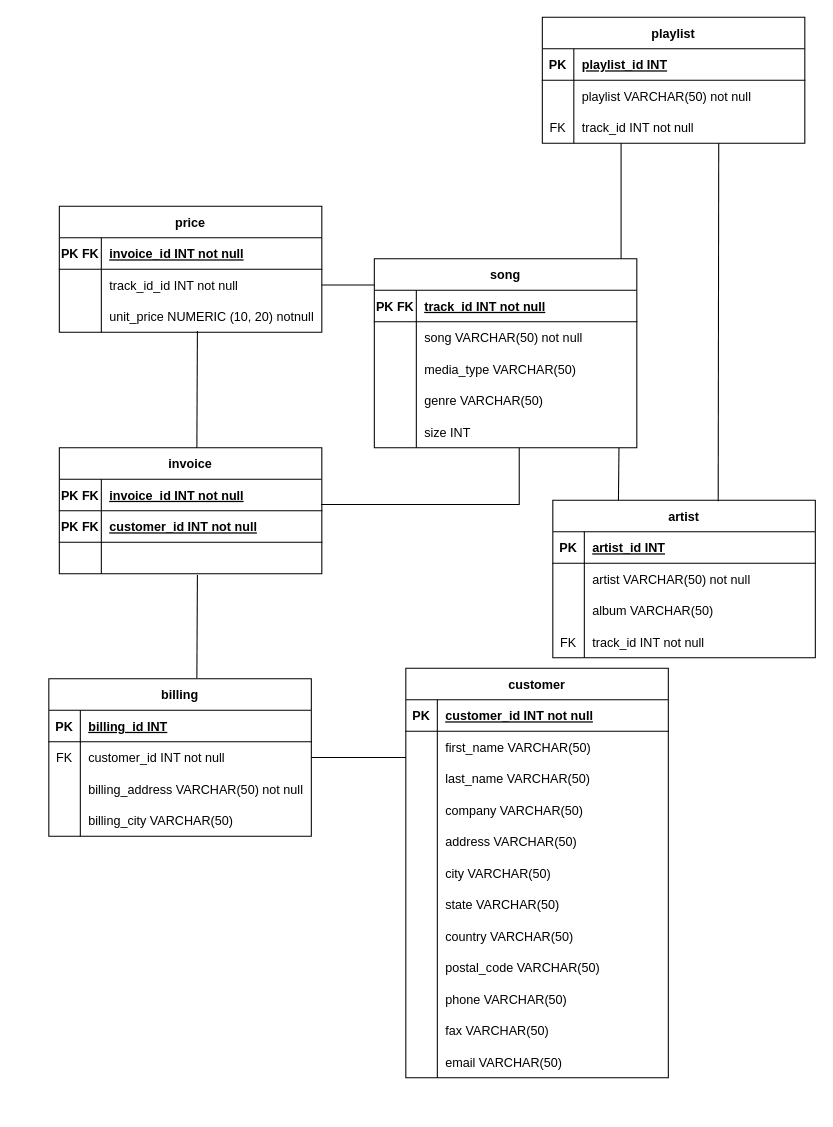
The draw.io diagram Untitled Diagram.drawio in karenlrl/Data-Story, before the edit. Source tidied: cells renumbered, new cells numbered last; positions are measured from the earlier drawing's top-left corner, leaving out a move shared by most shapes. Both pictures are drawn from the tidied source at 105%, with x=0, y=0 at pixel (48, 17).
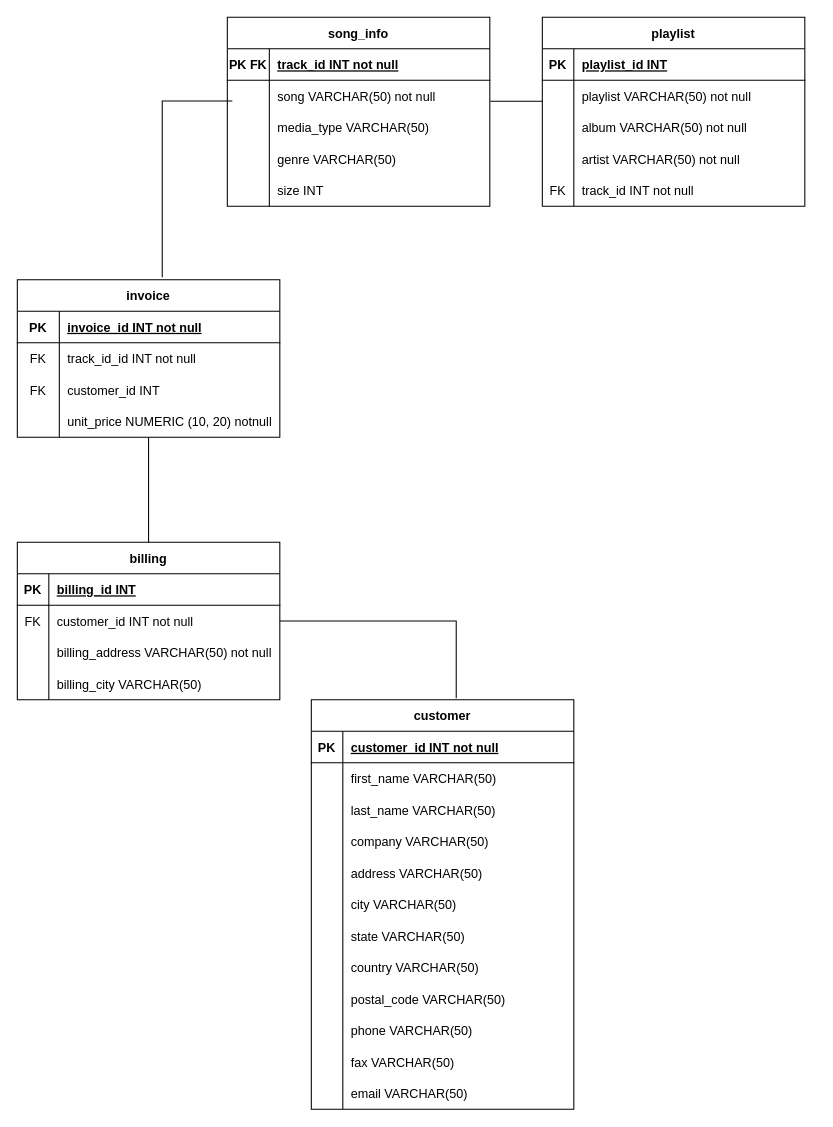
The same diagram, later.

The change refers to these unchanged cells:
```xml
<mxCell id="6" style="shape=partialRectangle;fillColor=none;points=[[0,0.5],[1,0.5]];portConstraint=eastwest;top=0;left=0;right=0;bottom=0;" parent="2" vertex="1">
  <mxGeometry y="60" width="250" height="30" as="geometry" />
</mxCell>
<mxCell id="63" style="shape=partialRectangle;fillColor=none;top=0;left=0;right=0;bottom=1;" parent="62" vertex="1">
  <mxGeometry y="30" width="250" height="30" as="geometry" />
</mxCell>
<mxCell id="66" style="shape=partialRectangle;fillColor=none;points=[[0,0.5],[1,0.5]];portConstraint=eastwest;top=0;left=0;right=0;bottom=0;" parent="62" vertex="1">
  <mxGeometry y="60" width="250" height="30" as="geometry" />
</mxCell>
<mxCell id="69" style="shape=partialRectangle;fillColor=none;points=[[0,0.5],[1,0.5]];portConstraint=eastwest;top=0;left=0;right=0;bottom=0;" parent="62" vertex="1">
  <mxGeometry y="90" width="250" height="30" as="geometry" />
</mxCell>
<mxCell id="89" style="shape=partialRectangle;fillColor=none;points=[[0,0.5],[1,0.5]];portConstraint=eastwest;top=0;left=0;right=0;bottom=0;" parent="85" vertex="1">
  <mxGeometry y="60" width="250" height="30" as="geometry" />
</mxCell>
<mxCell id="92" style="shape=partialRectangle;fillColor=none;points=[[0,0.5],[1,0.5]];portConstraint=eastwest;top=0;left=0;right=0;bottom=0;" parent="85" vertex="1">
  <mxGeometry y="90" width="250" height="30" as="geometry" />
</mxCell>
<mxCell id="98" style="shape=partialRectangle;fillColor=none;points=[[0,0.5],[1,0.5]];portConstraint=eastwest;top=0;left=0;right=0;bottom=0;" parent="85" vertex="1">
  <mxGeometry y="150" width="250" height="30" as="geometry" />
</mxCell>
<mxCell id="105" style="shape=partialRectangle;fillColor=none;points=[[0,0.5],[1,0.5]];portConstraint=eastwest;top=0;left=0;right=0;bottom=0;" parent="101" vertex="1">
  <mxGeometry y="60" width="250" height="30" as="geometry" />
</mxCell>
<mxCell id="108" style="shape=partialRectangle;fillColor=none;top=0;left=0;right=0;bottom=0;" parent="101" vertex="1">
  <mxGeometry y="90" width="250" height="30" as="geometry" />
</mxCell>
```

What changed in the source:
```diff
@@
     <mxCell id="2" value="billing" style="shape=table;startSize=30;childLayout=tableLayout;rowLines=0;fontStyle=1;align=center;" parent="1" vertex="1">
-      <mxGeometry y="630" width="250" height="150" as="geometry" />
+      <mxGeometry x="-30" y="500" width="250" height="150" as="geometry" />
     </mxCell>
@@
-    <mxCell id="15" value="invoice" style="shape=table;startSize=30;childLayout=tableLayout;rowLines=0;fontStyle=1;align=center;" parent="1" vertex="1">
-      <mxGeometry x="10" y="410" width="250" height="120" as="geometry" />
-    </mxCell>
-    <mxCell id="16" style="shape=partialRectangle;fillColor=none;top=0;left=0;right=0;bottom=1;" parent="15" vertex="1">
-      <mxGeometry y="30" width="250" height="30" as="geometry" />
-    </mxCell>
-    <mxCell id="17" value="PK FK" style="shape=partialRectangle;overflow=hidden;fillColor=none;top=0;left=0;bottom=0;right=0;fontStyle=1;" parent="16" vertex="1">
-      <mxGeometry width="40" height="30" as="geometry" />
-    </mxCell>
-    <mxCell id="18" value="invoice_id INT not null" style="shape=partialRectangle;overflow=hidden;fillColor=none;top=0;left=0;bottom=0;right=0;align=left;spacingLeft=6;fontStyle=5;" parent="16" vertex="1">
-      <mxGeometry x="40" width="210" height="30" as="geometry" />
-    </mxCell>
-    <mxCell id="19" style="shape=partialRectangle;fillColor=none;points=[[0,0.5],[1,0.5]];portConstraint=eastwest;top=0;left=0;right=0;bottom=1;" parent="15" vertex="1">
-      <mxGeometry y="60" width="250" height="30" as="geometry" />
-    </mxCell>
-    <mxCell id="20" value="PK FK" style="shape=partialRectangle;overflow=hidden;fillColor=none;top=0;left=0;bottom=0;right=0;fontStyle=1;" parent="19" vertex="1">
-      <mxGeometry width="40" height="30" as="geometry" />
-    </mxCell>
-    <mxCell id="21" value="customer_id INT not null" style="shape=partialRectangle;overflow=hidden;fillColor=none;top=0;left=0;bottom=0;right=0;align=left;spacingLeft=6;fontStyle=5;" parent="19" vertex="1">
-      <mxGeometry x="40" width="210" height="30" as="geometry" />
-    </mxCell>
-    <mxCell id="22" style="shape=partialRectangle;fillColor=none;points=[[0,0.5],[1,0.5]];portConstraint=eastwest;top=0;left=0;right=0;bottom=0;" parent="15" vertex="1">
-      <mxGeometry y="90" width="250" height="30" as="geometry" />
-    </mxCell>
-    <mxCell id="23" style="shape=partialRectangle;overflow=hidden;fillColor=none;top=0;left=0;bottom=0;right=0;" parent="22" vertex="1">
-      <mxGeometry width="40" height="30" as="geometry" />
-    </mxCell>
-    <mxCell id="24" style="shape=partialRectangle;overflow=hidden;fillColor=none;top=0;left=0;bottom=0;right=0;align=left;spacingLeft=6;" parent="22" vertex="1">
-      <mxGeometry x="40" width="210" height="30" as="geometry" />
-    </mxCell>
     <mxCell id="25" value="customer" style="shape=table;startSize=30;childLayout=tableLayout;rowLines=0;fontStyle=1;align=center;" parent="1" vertex="1">
-      <mxGeometry x="340" y="620" width="250" height="390" as="geometry" />
+      <mxGeometry x="250" y="650" width="250" height="390" as="geometry" />
     </mxCell>
@@
-    <mxCell id="62" value="price" style="shape=table;startSize=30;childLayout=tableLayout;rowLines=0;fontStyle=1;align=center;" parent="1" vertex="1">
-      <mxGeometry x="10" y="180" width="250" height="120" as="geometry" />
+    <mxCell id="62" value="invoice" style="shape=table;startSize=30;childLayout=tableLayout;rowLines=0;fontStyle=1;align=center;" parent="1" vertex="1">
+      <mxGeometry x="-30" y="250" width="250" height="150" as="geometry" />
     </mxCell>
@@
-    <mxCell id="64" value="PK FK" style="shape=partialRectangle;overflow=hidden;fillColor=none;top=0;left=0;bottom=0;right=0;fontStyle=1;" parent="63" vertex="1">
+    <mxCell id="64" value="PK" style="shape=partialRectangle;overflow=hidden;fillColor=none;top=0;left=0;bottom=0;right=0;fontStyle=1;" parent="63" vertex="1">
       <mxGeometry width="40" height="30" as="geometry" />
     </mxCell>
@@
-    <mxCell id="67" style="shape=partialRectangle;overflow=hidden;fillColor=none;top=0;left=0;bottom=0;right=0;" parent="66" vertex="1">
+    <mxCell id="67" value="FK" style="shape=partialRectangle;overflow=hidden;fillColor=none;top=0;left=0;bottom=0;right=0;" parent="66" vertex="1">
       <mxGeometry width="40" height="30" as="geometry" />
     </mxCell>
@@
-    <mxCell id="70" style="shape=partialRectangle;overflow=hidden;fillColor=none;top=0;left=0;bottom=0;right=0;" parent="69" vertex="1">
+    <mxCell id="70" value="FK" style="shape=partialRectangle;overflow=hidden;fillColor=none;top=0;left=0;bottom=0;right=0;" parent="69" vertex="1">
       <mxGeometry width="40" height="30" as="geometry" />
     </mxCell>
-    <mxCell id="71" value="unit_price NUMERIC (10, 20) notnull" style="shape=partialRectangle;overflow=hidden;fillColor=none;top=0;left=0;bottom=0;right=0;align=left;spacingLeft=6;" parent="69" vertex="1">
+    <mxCell id="71" value="customer_id INT" style="shape=partialRectangle;overflow=hidden;fillColor=none;top=0;left=0;bottom=0;right=0;align=left;spacingLeft=6;" parent="69" vertex="1">
       <mxGeometry x="40" width="210" height="30" as="geometry" />
     </mxCell>
-    <mxCell id="72" value="artist" style="shape=table;startSize=30;childLayout=tableLayout;rowLines=0;fontStyle=1;align=center;" parent="1" vertex="1">
-      <mxGeometry x="480" y="460" width="250" height="150" as="geometry" />
-    </mxCell>
-    <mxCell id="73" style="shape=partialRectangle;fillColor=none;top=0;left=0;right=0;bottom=1;" parent="72" vertex="1">
-      <mxGeometry y="30" width="250" height="30" as="geometry" />
-    </mxCell>
-    <mxCell id="74" value="PK" style="shape=partialRectangle;overflow=hidden;fillColor=none;top=0;left=0;bottom=0;right=0;fontStyle=1;" parent="73" vertex="1">
-      <mxGeometry width="30" height="30" as="geometry" />
-    </mxCell>
-    <mxCell id="75" value="artist_id INT" style="shape=partialRectangle;overflow=hidden;fillColor=none;top=0;left=0;bottom=0;right=0;align=left;spacingLeft=6;fontStyle=5;" parent="73" vertex="1">
-      <mxGeometry x="30" width="220" height="30" as="geometry" />
-    </mxCell>
-    <mxCell id="76" style="shape=partialRectangle;fillColor=none;top=0;left=0;right=0;bottom=0;" parent="72" vertex="1">
-      <mxGeometry y="60" width="250" height="30" as="geometry" />
-    </mxCell>
-    <mxCell id="77" style="shape=partialRectangle;overflow=hidden;fillColor=none;top=0;left=0;bottom=0;right=0;" parent="76" vertex="1">
-      <mxGeometry width="30" height="30" as="geometry" />
-    </mxCell>
-    <mxCell id="78" value="artist VARCHAR(50) not null" style="shape=partialRectangle;overflow=hidden;fillColor=none;top=0;left=0;bottom=0;right=0;align=left;spacingLeft=6;" parent="76" vertex="1">
-      <mxGeometry x="30" width="220" height="30" as="geometry" />
-    </mxCell>
-    <mxCell id="79" style="shape=partialRectangle;fillColor=none;top=0;left=0;right=0;bottom=0;" parent="72" vertex="1">
-      <mxGeometry y="90" width="250" height="30" as="geometry" />
-    </mxCell>
-    <mxCell id="80" style="shape=partialRectangle;overflow=hidden;fillColor=none;top=0;left=0;bottom=0;right=0;" parent="79" vertex="1">
-      <mxGeometry width="30" height="30" as="geometry" />
-    </mxCell>
-    <mxCell id="81" value="album VARCHAR(50)" style="shape=partialRectangle;overflow=hidden;fillColor=none;top=0;left=0;bottom=0;right=0;align=left;spacingLeft=6;" parent="79" vertex="1">
-      <mxGeometry x="30" width="220" height="30" as="geometry" />
-    </mxCell>
-    <mxCell id="82" style="shape=partialRectangle;fillColor=none;top=0;left=0;right=0;bottom=0;" parent="72" vertex="1">
-      <mxGeometry y="120" width="250" height="30" as="geometry" />
-    </mxCell>
-    <mxCell id="83" value="FK" style="shape=partialRectangle;overflow=hidden;fillColor=none;top=0;left=0;bottom=0;right=0;" parent="82" vertex="1">
-      <mxGeometry width="30" height="30" as="geometry" />
-    </mxCell>
-    <mxCell id="84" value="track_id INT not null" style="shape=partialRectangle;overflow=hidden;fillColor=none;top=0;left=0;bottom=0;right=0;align=left;spacingLeft=6;" parent="82" vertex="1">
-      <mxGeometry x="30" width="220" height="30" as="geometry" />
-    </mxCell>
+    <mxCell id="119" style="shape=partialRectangle;fillColor=none;top=0;left=0;right=0;bottom=0;" parent="62" vertex="1">
+      <mxGeometry y="120" width="250" height="30" as="geometry" />
+    </mxCell>
+    <mxCell id="23" style="shape=partialRectangle;overflow=hidden;fillColor=none;top=0;left=0;bottom=0;right=0;" parent="119" vertex="1">
+      <mxGeometry width="40" height="30" as="geometry" />
+    </mxCell>
+    <mxCell id="120" value="unit_price NUMERIC (10, 20) notnull" style="shape=partialRectangle;overflow=hidden;fillColor=none;top=0;left=0;bottom=0;right=0;align=left;spacingLeft=6;" parent="119" vertex="1">
+      <mxGeometry x="40" width="210" height="30" as="geometry" />
+    </mxCell>
-    <mxCell id="85" value="song" style="shape=table;startSize=30;childLayout=tableLayout;rowLines=0;fontStyle=1;align=center;" parent="1" vertex="1">
-      <mxGeometry x="310" y="230" width="250" height="180" as="geometry" />
+    <mxCell id="85" value="song_info" style="shape=table;startSize=30;childLayout=tableLayout;rowLines=0;fontStyle=1;align=center;" parent="1" vertex="1">
+      <mxGeometry x="170" width="250" height="180" as="geometry" />
     </mxCell>
@@
     <mxCell id="101" value="playlist" style="shape=table;startSize=30;childLayout=tableLayout;rowLines=0;fontStyle=1;align=center;" parent="1" vertex="1">
-      <mxGeometry x="470" width="250" height="120" as="geometry" />
+      <mxGeometry x="470" width="250" height="180" as="geometry" />
     </mxCell>
@@
-    <mxCell id="109" value="FK" style="shape=partialRectangle;overflow=hidden;fillColor=none;top=0;left=0;bottom=0;right=0;" parent="108" vertex="1">
+    <mxCell id="109" style="shape=partialRectangle;overflow=hidden;fillColor=none;top=0;left=0;bottom=0;right=0;" parent="108" vertex="1">
       <mxGeometry width="30" height="30" as="geometry" />
     </mxCell>
-    <mxCell id="110" value="track_id INT not null" style="shape=partialRectangle;overflow=hidden;fillColor=none;top=0;left=0;bottom=0;right=0;align=left;spacingLeft=6;" parent="108" vertex="1">
+    <mxCell id="110" value="album VARCHAR(50) not null" style="shape=partialRectangle;overflow=hidden;fillColor=none;top=0;left=0;bottom=0;right=0;align=left;spacingLeft=6;" parent="108" vertex="1">
       <mxGeometry x="30" width="220" height="30" as="geometry" />
     </mxCell>
-    <mxCell id="111" style="endArrow=none;html=1;rounded=0;entryX=0.526;entryY=0.961;entryDx=0;entryDy=0;entryPerimeter=0;" parent="1" edge="1" target="69">
-      <mxGeometry relative="1" as="geometry">
-        <mxPoint x="141" y="410" as="sourcePoint" />
-      </mxGeometry>
-    </mxCell>
-    <mxCell id="112" style="endArrow=none;html=1;rounded=0;entryX=0.564;entryY=-0.003;entryDx=0;entryDy=0;exitX=0.526;exitY=1.039;exitDx=0;exitDy=0;exitPerimeter=0;entryPerimeter=0;" parent="1" edge="1" source="22" target="2">
-      <mxGeometry relative="1" as="geometry" />
-    </mxCell>
+    <mxCell id="121" style="shape=partialRectangle;fillColor=none;top=0;left=0;right=0;bottom=0;" parent="101" vertex="1">
+      <mxGeometry y="120" width="250" height="30" as="geometry" />
+    </mxCell>
+    <mxCell id="122" style="shape=partialRectangle;overflow=hidden;fillColor=none;top=0;left=0;bottom=0;right=0;" parent="121" vertex="1">
+      <mxGeometry width="30" height="30" as="geometry" />
+    </mxCell>
+    <mxCell id="78" value="artist VARCHAR(50) not null" style="shape=partialRectangle;overflow=hidden;fillColor=none;top=0;left=0;bottom=0;right=0;align=left;spacingLeft=6;" parent="121" vertex="1">
+      <mxGeometry x="30" width="220" height="30" as="geometry" />
+    </mxCell>
+    <mxCell id="123" style="shape=partialRectangle;fillColor=none;top=0;left=0;right=0;bottom=0;" parent="101" vertex="1">
+      <mxGeometry y="150" width="250" height="30" as="geometry" />
+    </mxCell>
+    <mxCell id="83" value="FK" style="shape=partialRectangle;overflow=hidden;fillColor=none;top=0;left=0;bottom=0;right=0;" parent="123" vertex="1">
+      <mxGeometry width="30" height="30" as="geometry" />
+    </mxCell>
+    <mxCell id="84" value="track_id INT not null" style="shape=partialRectangle;overflow=hidden;fillColor=none;top=0;left=0;bottom=0;right=0;align=left;spacingLeft=6;" parent="123" vertex="1">
+      <mxGeometry x="30" width="220" height="30" as="geometry" />
+    </mxCell>
-    <mxCell id="113" style="endArrow=none;html=1;rounded=0;exitX=1;exitY=0.5;exitDx=0;exitDy=0;" parent="1" edge="1" source="6">
-      <mxGeometry relative="1" as="geometry">
-        <mxPoint x="340" y="705" as="targetPoint" />
-      </mxGeometry>
+    <mxCell id="113" style="endArrow=none;html=1;rounded=0;exitX=1;exitY=0.5;exitDx=0;exitDy=0;entryX=0.552;entryY=-0.004;entryDx=0;entryDy=0;entryPerimeter=0;edgeStyle=orthogonalEdgeStyle;" parent="1" edge="1" source="6" target="25">
+      <mxGeometry relative="1" as="geometry" />
     </mxCell>
-    <mxCell id="114" style="endArrow=none;html=1;rounded=0;exitX=0.63;exitY=0.006;exitDx=0;exitDy=0;exitPerimeter=0;" parent="1" edge="1" source="72">
-      <mxGeometry relative="1" as="geometry">
-        <mxPoint x="638" y="120" as="targetPoint" />
-      </mxGeometry>
-    </mxCell>
-    <mxCell id="115" style="endArrow=none;html=1;rounded=0;exitX=0.25;exitY=0;exitDx=0;exitDy=0;" parent="1" edge="1" source="72">
-      <mxGeometry relative="1" as="geometry">
-        <mxPoint x="543" y="410" as="targetPoint" />
-      </mxGeometry>
-    </mxCell>
-    <mxCell id="116" style="endArrow=none;html=1;rounded=0;" parent="1" edge="1">
-      <mxGeometry relative="1" as="geometry">
-        <mxPoint x="545" y="230" as="sourcePoint" />
-        <mxPoint x="545" y="120" as="targetPoint" />
-      </mxGeometry>
+    <mxCell id="116" style="endArrow=none;html=1;rounded=0;entryX=-0.001;entryY=0.665;entryDx=0;entryDy=0;entryPerimeter=0;exitX=1.002;exitY=0.665;exitDx=0;exitDy=0;exitPerimeter=0;" parent="1" edge="1" source="89" target="105">
+      <mxGeometry relative="1" as="geometry" />
     </mxCell>
-    <mxCell id="117" style="endArrow=none;html=1;rounded=0;exitX=1;exitY=0.5;exitDx=0;exitDy=0;" parent="1" edge="1" source="66">
-      <mxGeometry relative="1" as="geometry">
-        <mxPoint x="310" y="255" as="targetPoint" />
-      </mxGeometry>
+    <mxCell id="117" style="endArrow=none;html=1;rounded=0;exitX=0.552;exitY=-0.017;exitDx=0;exitDy=0;entryX=0.019;entryY=-0.344;entryDx=0;entryDy=0;entryPerimeter=0;exitPerimeter=0;edgeStyle=orthogonalEdgeStyle;" parent="1" edge="1" source="62" target="92">
+      <mxGeometry relative="1" as="geometry" />
     </mxCell>
-    <mxCell id="118" style="endArrow=none;html=1;rounded=0;exitX=0.997;exitY=-0.2;exitDx=0;exitDy=0;exitPerimeter=0;entryX=0.552;entryY=1;entryDx=0;entryDy=0;entryPerimeter=0;edgeStyle=orthogonalEdgeStyle;" parent="1" edge="1" source="19" target="98">
-      <mxGeometry relative="1" as="geometry" />
-    </mxCell>
+    <mxCell id="124" style="endArrow=none;html=1;rounded=0;exitX=0.5;exitY=0;exitDx=0;exitDy=0;" parent="1" edge="1" source="2">
+      <mxGeometry relative="1" as="geometry">
+        <mxPoint x="95" y="400" as="targetPoint" />
+      </mxGeometry>
+    </mxCell>
```
